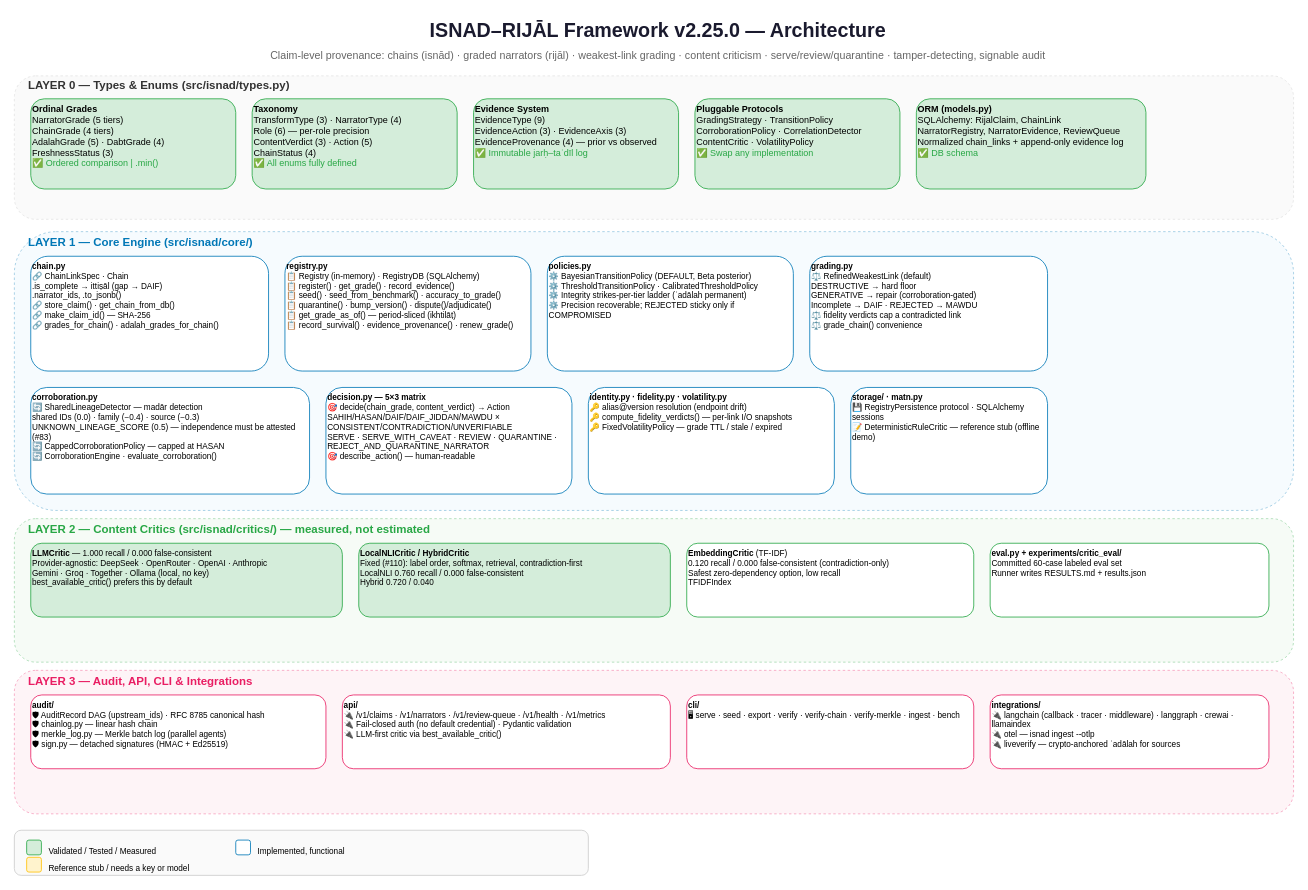
Earlier version of the draw.io diagram page "1. System Architecture" (1 of 3) of docs/ARCHITECTURE.drawio (alizahidraja/isnad). Source tidied: cells renumbered, new cells numbered last; positions are measured from the earlier drawing's top-left corner, leaving out a move shared by most shapes. Both pictures are drawn from the tidied source at 82%, with x=0, y=0 at pixel (14, 14).
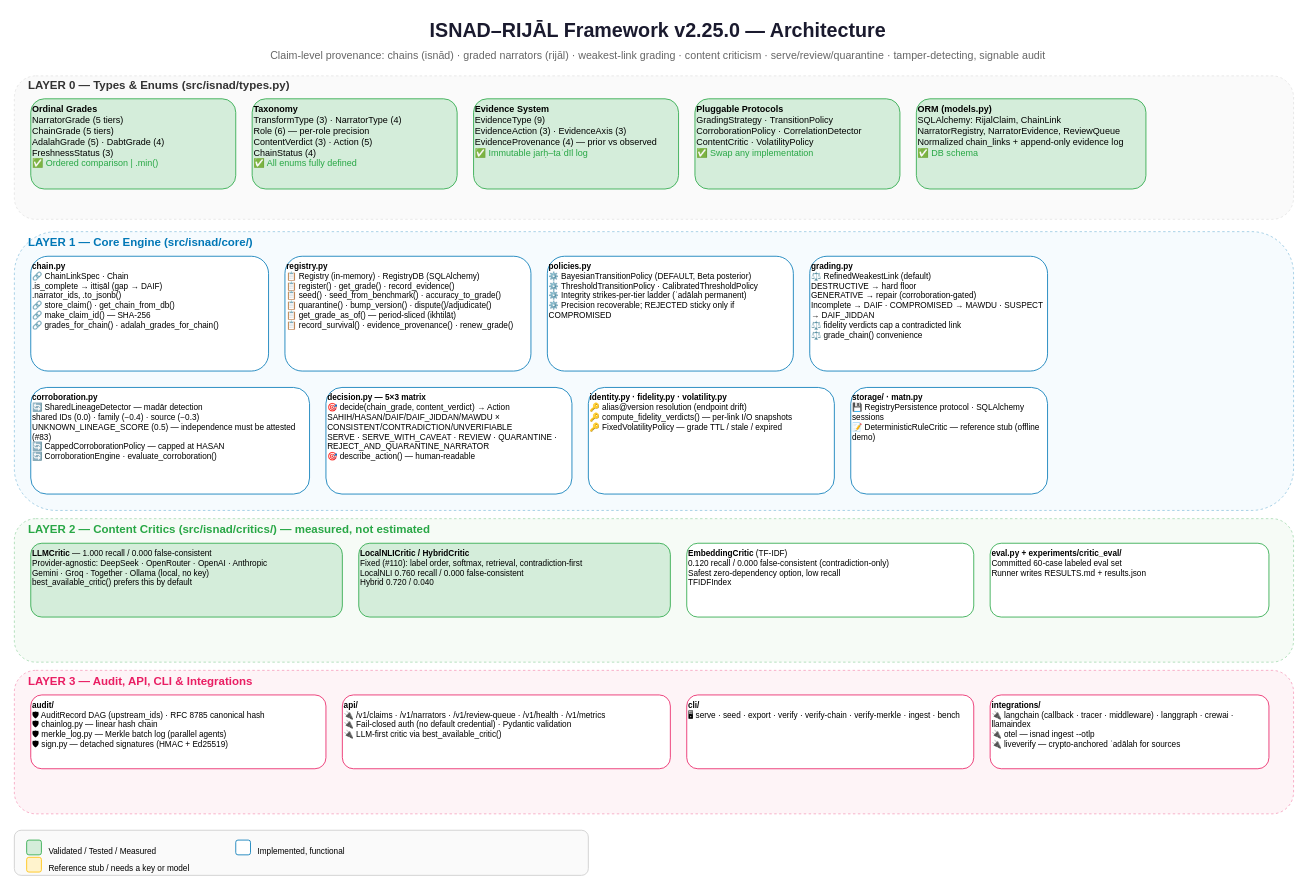
The same diagram, later.

Change to the diagram source:
```diff
@@
-    <mxCell id="6" value="&lt;b&gt;Ordinal Grades&lt;/b&gt;&lt;br&gt;NarratorGrade (5 tiers)&lt;br&gt;ChainGrade (4 tiers)&lt;br&gt;AdalahGrade (5) · DabtGrade (4)&lt;br&gt;FreshnessStatus (3)&lt;br&gt;&lt;font color=&quot;#28a745&quot;&gt;✅ Ordered comparison | .min()&lt;/font&gt;" style="rounded=1;whiteSpace=wrap;html=1;fillColor=#d4edda;strokeColor=#28a745;fontSize=11;align=left;verticalAlign=top;" parent="1" vertex="1">
+    <mxCell id="6" value="&lt;b&gt;Ordinal Grades&lt;/b&gt;&lt;br&gt;NarratorGrade (5 tiers)&lt;br&gt;ChainGrade (5 tiers)&lt;br&gt;AdalahGrade (5) · DabtGrade (4)&lt;br&gt;FreshnessStatus (3)&lt;br&gt;&lt;font color=&quot;#28a745&quot;&gt;✅ Ordered comparison | .min()&lt;/font&gt;" style="rounded=1;whiteSpace=wrap;html=1;fillColor=#d4edda;strokeColor=#28a745;fontSize=11;align=left;verticalAlign=top;" parent="1" vertex="1">
       <mxGeometry x="20" y="103" width="250" height="110" as="geometry" />
     </mxCell>
@@
-    <mxCell id="16" value="&lt;b&gt;grading.py&lt;/b&gt;&lt;br&gt;⚖️ RefinedWeakestLink (default)&lt;br&gt;   DESTRUCTIVE → hard floor&lt;br&gt;   GENERATIVE → repair (corroboration-gated)&lt;br&gt;   Incomplete → DAIF · REJECTED → MAWDU&lt;br&gt;⚖️ fidelity verdicts cap a contradicted link&lt;br&gt;⚖️ grade_chain() convenience" style="rounded=1;whiteSpace=wrap;html=1;fillColor=#ffffff;strokeColor=#0077b6;fontSize=10;align=left;verticalAlign=top;" parent="1" vertex="1">
+    <mxCell id="16" value="&lt;b&gt;grading.py&lt;/b&gt;&lt;br&gt;⚖️ RefinedWeakestLink (default)&lt;br&gt;   DESTRUCTIVE → hard floor&lt;br&gt;   GENERATIVE → repair (corroboration-gated)&lt;br&gt;   Incomplete → DAIF · COMPROMISED → MAWDU · SUSPECT → DAIF_JIDDAN&lt;br&gt;⚖️ fidelity verdicts cap a contradicted link&lt;br&gt;⚖️ grade_chain() convenience" style="rounded=1;whiteSpace=wrap;html=1;fillColor=#ffffff;strokeColor=#0077b6;fontSize=10;align=left;verticalAlign=top;" parent="1" vertex="1">
       <mxGeometry x="970" y="295" width="290" height="140" as="geometry" />
     </mxCell>
```
